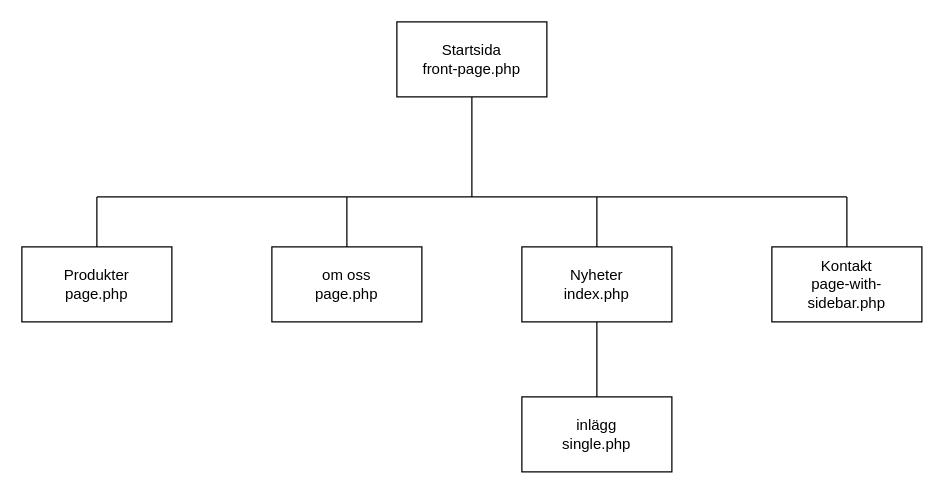
Above: design/sitemap.drawio in sape24/ProjektWebbutvecklingWordpress (draw.io), before the change. Source tidied: cells renumbered, new cells numbered last; positions are measured from the earlier drawing's top-left corner, leaving out a move shared by most shapes. Both pictures are drawn from the tidied source at 125%, with x=0, y=0 at pixel (21, 21).
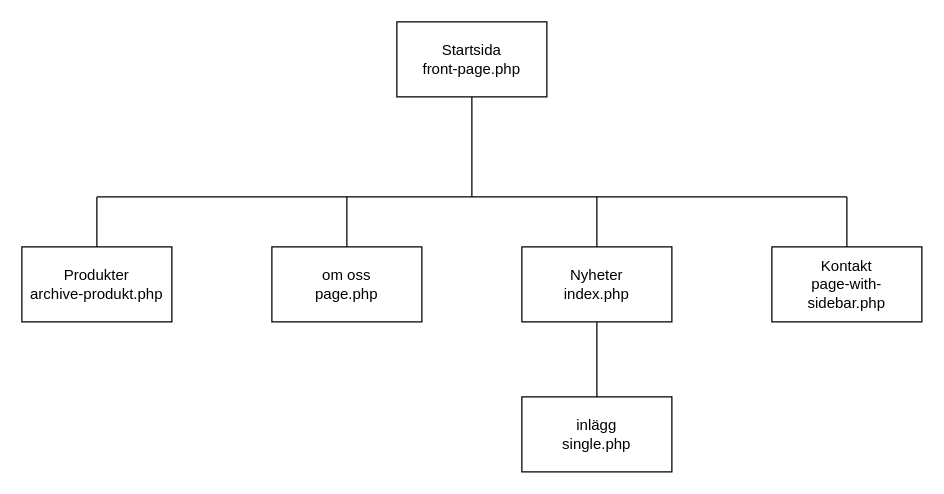
Above is the later version.

Commit message (it also covers changes not shown here):
Färdig funktion för produkter, css och validering

The edit, as a diff of the source:
```diff
@@
 <mxGraphModel>
   <root>
     <mxCell id="0" />
     <mxCell id="1" parent="0" />
     <mxCell id="2" value="Startsida&lt;div&gt;front-page.php&lt;/div&gt;" style="rounded=0;whiteSpace=wrap;html=1;" parent="1" vertex="1">
       <mxGeometry x="300" width="120" height="60" as="geometry" />
     </mxCell>
-    <mxCell id="3" value="Produkter&lt;div&gt;page.php&lt;/div&gt;" style="whiteSpace=wrap;html=1;rounded=0;" parent="1" vertex="1">
+    <mxCell id="3" value="Produkter&lt;div&gt;archive-produkt.php&lt;/div&gt;" style="whiteSpace=wrap;html=1;rounded=0;" parent="1" vertex="1">
       <mxGeometry y="180" width="120" height="60" as="geometry" />
     </mxCell>
     <mxCell id="4" style="endArrow=none;html=1;entryX=0.5;entryY=1;entryDx=0;entryDy=0;" parent="1" edge="1" target="2">
       <mxGeometry relative="1" as="geometry">
         <mxPoint x="360" y="140" as="sourcePoint" />
       </mxGeometry>
     </mxCell>
     <mxCell id="5" value="om oss&lt;div&gt;page.php&lt;/div&gt;" style="rounded=0;whiteSpace=wrap;html=1;" parent="1" vertex="1">
       <mxGeometry x="200" y="180" width="120" height="60" as="geometry" />
     </mxCell>
     <mxCell id="6" value="Nyheter&lt;div&gt;index.php&lt;/div&gt;" style="rounded=0;whiteSpace=wrap;html=1;" parent="1" vertex="1">
       <mxGeometry x="400" y="180" width="120" height="60" as="geometry" />
     </mxCell>
     <mxCell id="7" value="Kontakt&lt;div&gt;page-with-sidebar.php&lt;/div&gt;" style="rounded=0;whiteSpace=wrap;html=1;" parent="1" vertex="1">
       <mxGeometry x="600" y="180" width="120" height="60" as="geometry" />
     </mxCell>
     <mxCell id="8" style="endArrow=none;html=1;" parent="1" edge="1">
       <mxGeometry relative="1" as="geometry">
         <mxPoint x="60" y="140" as="sourcePoint" />
         <mxPoint x="660" y="140" as="targetPoint" />
       </mxGeometry>
     </mxCell>
     <mxCell id="9" style="endArrow=none;html=1;exitX=0.5;exitY=0;exitDx=0;exitDy=0;" parent="1" edge="1" source="7">
       <mxGeometry relative="1" as="geometry">
         <mxPoint x="660" y="140" as="targetPoint" />
       </mxGeometry>
     </mxCell>
     <mxCell id="10" style="endArrow=none;html=1;exitX=0.5;exitY=0;exitDx=0;exitDy=0;" parent="1" edge="1" source="6">
       <mxGeometry relative="1" as="geometry">
         <mxPoint x="460" y="140" as="targetPoint" />
       </mxGeometry>
     </mxCell>
     <mxCell id="11" style="endArrow=none;html=1;exitX=0.5;exitY=0;exitDx=0;exitDy=0;" parent="1" edge="1" source="5">
       <mxGeometry relative="1" as="geometry">
         <mxPoint x="260" y="140" as="targetPoint" />
       </mxGeometry>
     </mxCell>
     <mxCell id="12" style="endArrow=none;html=1;exitX=0.5;exitY=0;exitDx=0;exitDy=0;" parent="1" edge="1" source="3">
       <mxGeometry relative="1" as="geometry">
         <mxPoint x="60" y="140" as="targetPoint" />
       </mxGeometry>
     </mxCell>
     <mxCell id="13" value="inlägg&lt;div&gt;single.php&lt;/div&gt;" style="rounded=0;whiteSpace=wrap;html=1;" parent="1" vertex="1">
       <mxGeometry x="400" y="300" width="120" height="60" as="geometry" />
     </mxCell>
     <mxCell id="14" style="endArrow=none;html=1;entryX=0.5;entryY=1;entryDx=0;entryDy=0;exitX=0.5;exitY=0;exitDx=0;exitDy=0;" parent="1" edge="1" source="13" target="6">
       <mxGeometry relative="1" as="geometry" />
     </mxCell>
   </root>
 </mxGraphModel>
```
